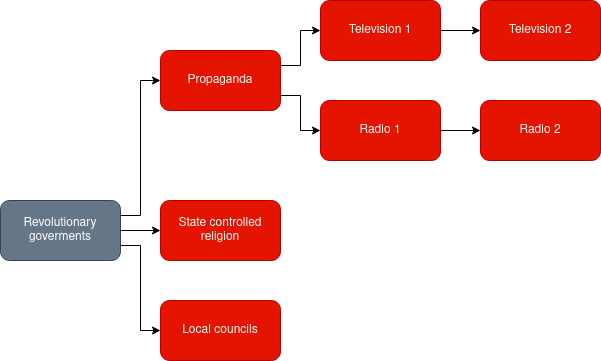
The draw.io diagram resources/goverment.png in cit1zen/workers-and-resources-community-tech-tree, before a commit. Source tidied: cells renumbered, new cells last; positions are measured from the earlier drawing's top-left corner, leaving out a move shared by most shapes. The source it was exported from:
```xml
<mxGraphModel>
  <root>
    <mxCell id="0" />
    <mxCell id="1" parent="0" />
    <mxCell id="2" style="edgeStyle=orthogonalEdgeStyle;rounded=0;jettySize=auto;html=1;exitX=1;exitY=0.25;exitDx=0;exitDy=0;entryX=0;entryY=0.5;entryDx=0;entryDy=0;" parent="1" edge="1" source="5" target="14">
      <mxGeometry relative="1" as="geometry" />
    </mxCell>
    <mxCell id="3" style="edgeStyle=orthogonalEdgeStyle;rounded=0;jettySize=auto;html=1;exitX=1;exitY=0.5;exitDx=0;exitDy=0;entryX=0;entryY=0.5;entryDx=0;entryDy=0;" parent="1" edge="1" source="5" target="15">
      <mxGeometry relative="1" as="geometry" />
    </mxCell>
    <mxCell id="4" style="edgeStyle=orthogonalEdgeStyle;rounded=0;jettySize=auto;html=1;exitX=1;exitY=0.75;exitDx=0;exitDy=0;entryX=0;entryY=0.5;entryDx=0;entryDy=0;" parent="1" edge="1" source="5" target="16">
      <mxGeometry relative="1" as="geometry" />
    </mxCell>
    <mxCell id="5" value="Revolutionary goverments" style="rounded=1;whiteSpace=wrap;html=1;fillColor=#647687;strokeColor=#314354;fontColor=#ffffff;" parent="1" vertex="1">
      <mxGeometry y="200" width="120" height="60" as="geometry" />
    </mxCell>
    <mxCell id="6" style="edgeStyle=orthogonalEdgeStyle;rounded=0;jettySize=auto;html=1;exitX=1;exitY=0.5;exitDx=0;exitDy=0;entryX=0;entryY=0.5;entryDx=0;entryDy=0;" parent="1" edge="1" source="7" target="8">
      <mxGeometry relative="1" as="geometry" />
    </mxCell>
    <mxCell id="7" value="Radio 1" style="rounded=1;whiteSpace=wrap;html=1;fillColor=#e51400;strokeColor=#B20000;fontColor=#ffffff;" parent="1" vertex="1">
      <mxGeometry x="320" y="100" width="120" height="60" as="geometry" />
    </mxCell>
    <mxCell id="8" value="Radio 2" style="rounded=1;whiteSpace=wrap;html=1;fillColor=#e51400;strokeColor=#B20000;fontColor=#ffffff;" parent="1" vertex="1">
      <mxGeometry x="480" y="100" width="120" height="60" as="geometry" />
    </mxCell>
    <mxCell id="9" style="edgeStyle=orthogonalEdgeStyle;rounded=0;jettySize=auto;html=1;exitX=1;exitY=0.5;exitDx=0;exitDy=0;entryX=0;entryY=0.5;entryDx=0;entryDy=0;" parent="1" edge="1" source="10" target="11">
      <mxGeometry relative="1" as="geometry" />
    </mxCell>
    <mxCell id="10" value="Television 1" style="rounded=1;whiteSpace=wrap;html=1;fillColor=#e51400;strokeColor=#B20000;fontColor=#ffffff;" parent="1" vertex="1">
      <mxGeometry x="320" width="120" height="60" as="geometry" />
    </mxCell>
    <mxCell id="11" value="Television 2" style="rounded=1;whiteSpace=wrap;html=1;fillColor=#e51400;strokeColor=#B20000;fontColor=#ffffff;" parent="1" vertex="1">
      <mxGeometry x="480" width="120" height="60" as="geometry" />
    </mxCell>
    <mxCell id="12" style="edgeStyle=orthogonalEdgeStyle;rounded=0;jettySize=auto;html=1;exitX=1;exitY=0.75;exitDx=0;exitDy=0;entryX=0;entryY=0.5;entryDx=0;entryDy=0;" parent="1" edge="1" source="14" target="7">
      <mxGeometry relative="1" as="geometry" />
    </mxCell>
    <mxCell id="13" style="edgeStyle=orthogonalEdgeStyle;rounded=0;jettySize=auto;html=1;exitX=1;exitY=0.25;exitDx=0;exitDy=0;entryX=0;entryY=0.5;entryDx=0;entryDy=0;" parent="1" edge="1" source="14" target="10">
      <mxGeometry relative="1" as="geometry" />
    </mxCell>
    <mxCell id="14" value="Propaganda" style="rounded=1;whiteSpace=wrap;html=1;fillColor=#e51400;strokeColor=#B20000;fontColor=#ffffff;" parent="1" vertex="1">
      <mxGeometry x="160" y="50" width="120" height="60" as="geometry" />
    </mxCell>
    <mxCell id="15" value="State controlled religion" style="rounded=1;whiteSpace=wrap;html=1;fillColor=#e51400;strokeColor=#B20000;fontColor=#ffffff;" parent="1" vertex="1">
      <mxGeometry x="160" y="200" width="120" height="60" as="geometry" />
    </mxCell>
    <mxCell id="16" value="Local councils" style="rounded=1;whiteSpace=wrap;html=1;fillColor=#e51400;strokeColor=#B20000;fontColor=#ffffff;" parent="1" vertex="1">
      <mxGeometry x="160" y="300" width="120" height="60" as="geometry" />
    </mxCell>
  </root>
</mxGraphModel>
```
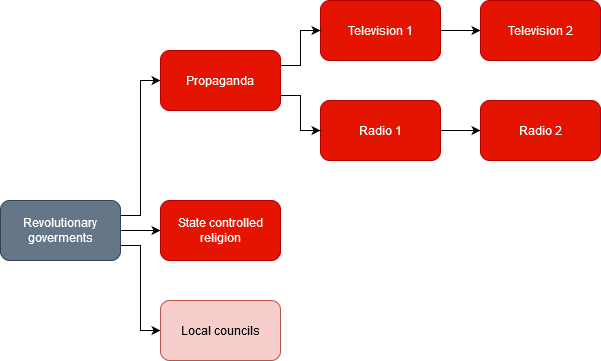
The same file after the commit.

The edit, as a diff of the source:
```diff
@@ -44,7 +44,7 @@
     <mxCell id="15" value="State controlled religion" style="rounded=1;whiteSpace=wrap;html=1;fillColor=#e51400;strokeColor=#B20000;fontColor=#ffffff;" parent="1" vertex="1">
       <mxGeometry x="160" y="200" width="120" height="60" as="geometry" />
     </mxCell>
-    <mxCell id="16" value="Local councils" style="rounded=1;whiteSpace=wrap;html=1;fillColor=#e51400;strokeColor=#B20000;fontColor=#ffffff;" parent="1" vertex="1">
+    <mxCell id="16" value="Local councils" style="rounded=1;whiteSpace=wrap;html=1;fillColor=#f8cecc;strokeColor=#b85450;" parent="1" vertex="1">
       <mxGeometry x="160" y="300" width="120" height="60" as="geometry" />
     </mxCell>
   </root>
```
